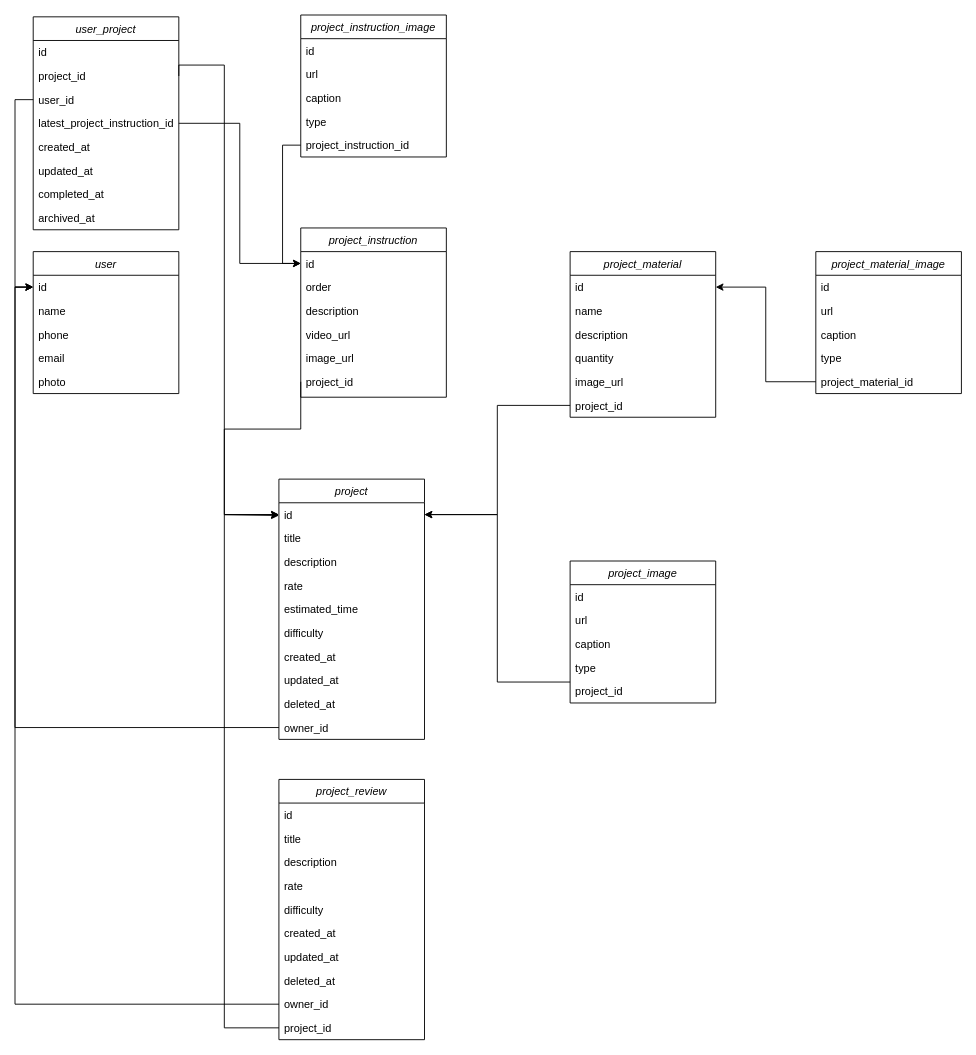
michaelsampietro/diyapi keeps this draw.io diagram as diagrams/db.drawio. Above is the earlier version. Source tidied: cells renumbered, new cells numbered last; positions are measured from the earlier drawing's top-left corner, leaving out a move shared by most shapes. Both pictures are drawn from the tidied source at 91%, with x=0, y=0 at pixel (33, 15).
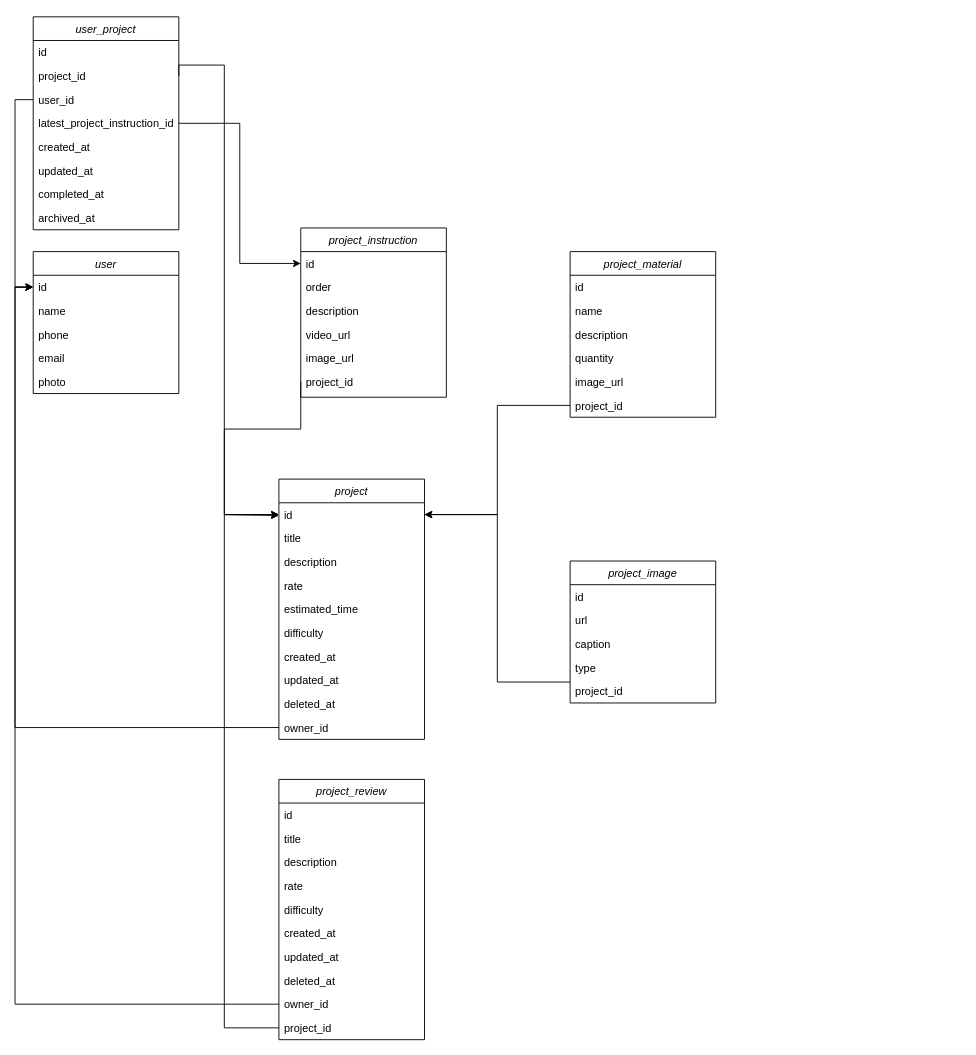
The same diagram, later.

The change refers to these unchanged cells:
```xml
<mxCell id="14" value="id" style="text;align=left;verticalAlign=top;spacingLeft=4;spacingRight=4;overflow=hidden;points=[[0,0.5],[1,0.5]];portConstraint=eastwest;" parent="13" vertex="1">
  <mxGeometry y="26" width="160" height="26" as="geometry" />
</mxCell>
<mxCell id="21" value="id" style="text;align=left;verticalAlign=top;spacingLeft=4;spacingRight=4;overflow=hidden;points=[[0,0.5],[1,0.5]];portConstraint=eastwest;" parent="20" vertex="1">
  <mxGeometry y="26" width="160" height="26" as="geometry" />
</mxCell>
```

The edit, as a diff of the source:
```diff
@@
-    <mxCell id="43" value="project_material_image" style="swimlane;fontStyle=2;align=center;verticalAlign=top;horizontal=1;startSize=26;rounded=0;shadow=0;strokeWidth=1;" parent="1" vertex="1">
-      <mxGeometry x="860" y="260" width="160" height="156" as="geometry" />
-    </mxCell>
-    <mxCell id="44" value="id" style="text;align=left;verticalAlign=top;spacingLeft=4;spacingRight=4;overflow=hidden;" parent="43" vertex="1">
-      <mxGeometry y="26" width="160" height="26" as="geometry" />
-    </mxCell>
-    <mxCell id="45" value="url" style="text;align=left;verticalAlign=top;spacingLeft=4;spacingRight=4;overflow=hidden;" parent="43" vertex="1">
-      <mxGeometry y="52" width="160" height="26" as="geometry" />
-    </mxCell>
-    <mxCell id="46" value="caption" style="text;align=left;verticalAlign=top;spacingLeft=4;spacingRight=4;overflow=hidden;rounded=0;shadow=0;html=0;" parent="43" vertex="1">
-      <mxGeometry y="78" width="160" height="26" as="geometry" />
-    </mxCell>
-    <mxCell id="47" value="type" style="text;align=left;verticalAlign=top;spacingLeft=4;spacingRight=4;overflow=hidden;rounded=0;shadow=0;html=0;" parent="43" vertex="1">
-      <mxGeometry y="104" width="160" height="26" as="geometry" />
-    </mxCell>
-    <mxCell id="48" value="project_material_id" style="text;align=left;verticalAlign=top;spacingLeft=4;spacingRight=4;overflow=hidden;points=[[0,0.5],[1,0.5]];portConstraint=eastwest;rounded=0;shadow=0;html=0;" parent="43" vertex="1">
-      <mxGeometry y="130" width="160" height="26" as="geometry" />
-    </mxCell>
-    <mxCell id="49" style="edgeStyle=orthogonalEdgeStyle;rounded=0;jettySize=auto;html=1;" parent="1" edge="1" source="48" target="14">
-      <mxGeometry relative="1" as="geometry" />
-    </mxCell>
-    <mxCell id="50" value="project_instruction_image" style="swimlane;fontStyle=2;align=center;verticalAlign=top;horizontal=1;startSize=26;rounded=0;shadow=0;strokeWidth=1;" parent="1" vertex="1">
-      <mxGeometry x="294" width="160" height="156" as="geometry" />
-    </mxCell>
-    <mxCell id="51" value="id" style="text;align=left;verticalAlign=top;spacingLeft=4;spacingRight=4;overflow=hidden;" parent="50" vertex="1">
-      <mxGeometry y="26" width="160" height="26" as="geometry" />
-    </mxCell>
-    <mxCell id="52" value="url" style="text;align=left;verticalAlign=top;spacingLeft=4;spacingRight=4;overflow=hidden;" parent="50" vertex="1">
-      <mxGeometry y="52" width="160" height="26" as="geometry" />
-    </mxCell>
-    <mxCell id="53" value="caption" style="text;align=left;verticalAlign=top;spacingLeft=4;spacingRight=4;overflow=hidden;rounded=0;shadow=0;html=0;" parent="50" vertex="1">
-      <mxGeometry y="78" width="160" height="26" as="geometry" />
-    </mxCell>
-    <mxCell id="54" value="type" style="text;align=left;verticalAlign=top;spacingLeft=4;spacingRight=4;overflow=hidden;rounded=0;shadow=0;html=0;" parent="50" vertex="1">
-      <mxGeometry y="104" width="160" height="26" as="geometry" />
-    </mxCell>
-    <mxCell id="55" value="project_instruction_id" style="text;align=left;verticalAlign=top;spacingLeft=4;spacingRight=4;overflow=hidden;points=[[0,0.5],[1,0.5]];portConstraint=eastwest;rounded=0;shadow=0;html=0;" parent="50" vertex="1">
-      <mxGeometry y="130" width="160" height="26" as="geometry" />
-    </mxCell>
-    <mxCell id="56" style="edgeStyle=orthogonalEdgeStyle;rounded=0;jettySize=auto;html=1;entryX=0;entryY=0.5;entryDx=0;entryDy=0;" parent="1" edge="1" source="55" target="21">
-      <mxGeometry relative="1" as="geometry" />
-    </mxCell>
```
